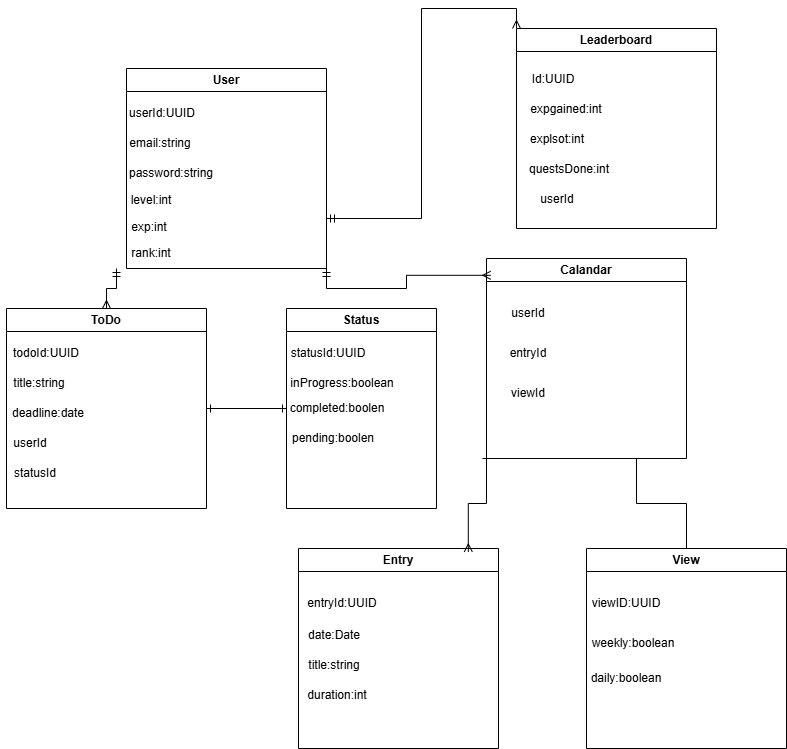
2425-3BHIF-WMC-SYP/LifeQuest keeps this draw.io diagram as images/LifeQuest_Erd.png. Above is the earlier version. Source tidied: cells renumbered, new cells last; positions are measured from the earlier drawing's top-left corner, leaving out a move shared by most shapes. The source it was exported from:
```xml
<mxGraphModel background="#ffffff">
  <root>
    <mxCell id="0" />
    <mxCell id="1" parent="0" />
    <mxCell id="2" value="User" style="swimlane;whiteSpace=wrap;html=1;" parent="1" vertex="1">
      <mxGeometry x="126" y="40" width="200" height="200" as="geometry" />
    </mxCell>
    <mxCell id="3" value="userId:UUID" style="text;html=1;align=center;verticalAlign=middle;whiteSpace=wrap;rounded=0;" parent="2" vertex="1">
      <mxGeometry x="6" y="30" width="60" height="30" as="geometry" />
    </mxCell>
    <mxCell id="4" value="email:string" style="text;html=1;align=center;verticalAlign=middle;whiteSpace=wrap;rounded=0;" parent="2" vertex="1">
      <mxGeometry x="4" y="60" width="60" height="30" as="geometry" />
    </mxCell>
    <mxCell id="5" value="password:string" style="text;html=1;align=center;verticalAlign=middle;whiteSpace=wrap;rounded=0;" parent="2" vertex="1">
      <mxGeometry x="10" y="90" width="70" height="30" as="geometry" />
    </mxCell>
    <mxCell id="6" value="level:int" style="text;html=1;align=center;verticalAlign=middle;whiteSpace=wrap;rounded=0;" parent="2" vertex="1">
      <mxGeometry x="-10" y="117" width="70" height="30" as="geometry" />
    </mxCell>
    <mxCell id="7" value="exp:int" style="text;html=1;align=center;verticalAlign=middle;whiteSpace=wrap;rounded=0;" parent="2" vertex="1">
      <mxGeometry x="-12" y="144" width="70" height="30" as="geometry" />
    </mxCell>
    <mxCell id="8" value="rank:int" style="text;html=1;align=center;verticalAlign=middle;whiteSpace=wrap;rounded=0;" parent="2" vertex="1">
      <mxGeometry x="-10" y="170" width="70" height="30" as="geometry" />
    </mxCell>
    <mxCell id="9" style="edgeStyle=orthogonalEdgeStyle;rounded=0;jettySize=auto;html=1;endArrow=ERone;endFill=0;startArrow=ERone;startFill=0;" parent="1" edge="1" source="10" target="16">
      <mxGeometry relative="1" as="geometry" />
    </mxCell>
    <mxCell id="10" value="ToDo" style="swimlane;whiteSpace=wrap;html=1;" parent="1" vertex="1">
      <mxGeometry x="6" y="280" width="200" height="200" as="geometry" />
    </mxCell>
    <mxCell id="11" value="todoId:UUID" style="text;html=1;align=center;verticalAlign=middle;whiteSpace=wrap;rounded=0;" parent="10" vertex="1">
      <mxGeometry x="10" y="30" width="60" height="30" as="geometry" />
    </mxCell>
    <mxCell id="12" value="title:string" style="text;html=1;align=center;verticalAlign=middle;whiteSpace=wrap;rounded=0;" parent="10" vertex="1">
      <mxGeometry x="3" y="60" width="60" height="30" as="geometry" />
    </mxCell>
    <mxCell id="13" value="statusId" style="text;html=1;align=center;verticalAlign=middle;whiteSpace=wrap;rounded=0;" parent="10" vertex="1">
      <mxGeometry x="-1" y="150" width="60" height="30" as="geometry" />
    </mxCell>
    <mxCell id="14" value="deadline:date" style="text;html=1;align=center;verticalAlign=middle;whiteSpace=wrap;rounded=0;" parent="1" vertex="1">
      <mxGeometry x="18" y="370" width="60" height="30" as="geometry" />
    </mxCell>
    <mxCell id="15" value="userId" style="text;html=1;align=center;verticalAlign=middle;whiteSpace=wrap;rounded=0;" parent="1" vertex="1">
      <mxGeometry y="400" width="60" height="30" as="geometry" />
    </mxCell>
    <mxCell id="16" value="Status" style="swimlane;whiteSpace=wrap;html=1;" parent="1" vertex="1">
      <mxGeometry x="286" y="280" width="150" height="200" as="geometry" />
    </mxCell>
    <mxCell id="17" value="statusId:UUID" style="text;html=1;align=center;verticalAlign=middle;whiteSpace=wrap;rounded=0;" parent="16" vertex="1">
      <mxGeometry x="12" y="30" width="60" height="30" as="geometry" />
    </mxCell>
    <mxCell id="18" value="i&lt;span style=&quot;background-color: transparent; color: light-dark(rgb(0, 0, 0), rgb(255, 255, 255));&quot;&gt;nProgress:boolean&lt;/span&gt;" style="text;html=1;align=center;verticalAlign=middle;whiteSpace=wrap;rounded=0;" parent="16" vertex="1">
      <mxGeometry x="26" y="60" width="60" height="30" as="geometry" />
    </mxCell>
    <mxCell id="19" value="completed:boolen" style="text;html=1;align=center;verticalAlign=middle;whiteSpace=wrap;rounded=0;" parent="16" vertex="1">
      <mxGeometry x="21" y="85" width="60" height="30" as="geometry" />
    </mxCell>
    <mxCell id="20" value="pending:boolen" style="text;html=1;align=center;verticalAlign=middle;whiteSpace=wrap;rounded=0;" parent="16" vertex="1">
      <mxGeometry x="17" y="115" width="60" height="30" as="geometry" />
    </mxCell>
    <mxCell id="21" style="edgeStyle=orthogonalEdgeStyle;rounded=0;jettySize=auto;html=1;exitX=0;exitY=0;exitDx=0;exitDy=0;entryX=1;entryY=0.75;entryDx=0;entryDy=0;startArrow=ERmany;startFill=0;endArrow=ERmandOne;endFill=0;" parent="1" edge="1" source="22" target="2">
      <mxGeometry relative="1" as="geometry" />
    </mxCell>
    <mxCell id="22" value="Leaderboard" style="swimlane;whiteSpace=wrap;html=1;" parent="1" vertex="1">
      <mxGeometry x="516" width="200" height="200" as="geometry" />
    </mxCell>
    <mxCell id="23" value="Id:UUID" style="text;html=1;align=center;verticalAlign=middle;whiteSpace=wrap;rounded=0;" parent="22" vertex="1">
      <mxGeometry x="7" y="36" width="60" height="30" as="geometry" />
    </mxCell>
    <mxCell id="24" value="expgained:int" style="text;html=1;align=center;verticalAlign=middle;whiteSpace=wrap;rounded=0;" parent="22" vertex="1">
      <mxGeometry x="20" y="66" width="60" height="30" as="geometry" />
    </mxCell>
    <mxCell id="25" value="explsot:int" style="text;html=1;align=center;verticalAlign=middle;whiteSpace=wrap;rounded=0;" parent="22" vertex="1">
      <mxGeometry x="11" y="96" width="60" height="30" as="geometry" />
    </mxCell>
    <mxCell id="26" value="questsDone:int" style="text;html=1;align=center;verticalAlign=middle;whiteSpace=wrap;rounded=0;" parent="22" vertex="1">
      <mxGeometry x="23" y="126" width="60" height="30" as="geometry" />
    </mxCell>
    <mxCell id="27" value="userId" style="text;html=1;align=center;verticalAlign=middle;whiteSpace=wrap;rounded=0;" parent="22" vertex="1">
      <mxGeometry x="11" y="156" width="60" height="30" as="geometry" />
    </mxCell>
    <mxCell id="28" style="edgeStyle=orthogonalEdgeStyle;rounded=0;jettySize=auto;html=1;exitX=0;exitY=1;exitDx=0;exitDy=0;entryX=0.5;entryY=0;entryDx=0;entryDy=0;startArrow=ERmandOne;startFill=0;endArrow=ERmany;endFill=0;" parent="1" edge="1" source="8" target="10">
      <mxGeometry relative="1" as="geometry" />
    </mxCell>
    <mxCell id="29" style="edgeStyle=orthogonalEdgeStyle;rounded=0;jettySize=auto;html=1;exitX=0.75;exitY=1;exitDx=0;exitDy=0;startArrow=baseDash;startFill=0;endArrow=baseDash;endFill=0;" parent="1" edge="1" source="30" target="39">
      <mxGeometry relative="1" as="geometry" />
    </mxCell>
    <mxCell id="30" value="Calandar" style="swimlane;whiteSpace=wrap;html=1;" parent="1" vertex="1">
      <mxGeometry x="486" y="230" width="200" height="200" as="geometry" />
    </mxCell>
    <mxCell id="31" value="userId" style="text;html=1;align=center;verticalAlign=middle;whiteSpace=wrap;rounded=0;" parent="30" vertex="1">
      <mxGeometry x="12" y="40" width="60" height="30" as="geometry" />
    </mxCell>
    <mxCell id="32" value="entryId" style="text;html=1;align=center;verticalAlign=middle;whiteSpace=wrap;rounded=0;" parent="30" vertex="1">
      <mxGeometry x="12" y="80" width="60" height="30" as="geometry" />
    </mxCell>
    <mxCell id="33" value="viewId" style="text;html=1;align=center;verticalAlign=middle;whiteSpace=wrap;rounded=0;" parent="30" vertex="1">
      <mxGeometry x="12" y="120" width="60" height="30" as="geometry" />
    </mxCell>
    <mxCell id="34" value="Entry" style="swimlane;whiteSpace=wrap;html=1;" parent="1" vertex="1">
      <mxGeometry x="298" y="520" width="200" height="200" as="geometry" />
    </mxCell>
    <mxCell id="35" value="entryId:UUID" style="text;html=1;align=center;verticalAlign=middle;whiteSpace=wrap;rounded=0;" parent="34" vertex="1">
      <mxGeometry x="14" y="40" width="60" height="30" as="geometry" />
    </mxCell>
    <mxCell id="36" value="date:Date" style="text;html=1;align=center;verticalAlign=middle;whiteSpace=wrap;rounded=0;" parent="34" vertex="1">
      <mxGeometry x="6" y="72" width="60" height="30" as="geometry" />
    </mxCell>
    <mxCell id="37" value="title:string" style="text;html=1;align=center;verticalAlign=middle;whiteSpace=wrap;rounded=0;" parent="34" vertex="1">
      <mxGeometry x="6" y="102" width="60" height="30" as="geometry" />
    </mxCell>
    <mxCell id="38" value="duration:int" style="text;html=1;align=center;verticalAlign=middle;whiteSpace=wrap;rounded=0;" parent="34" vertex="1">
      <mxGeometry x="9" y="132" width="60" height="30" as="geometry" />
    </mxCell>
    <mxCell id="39" value="View" style="swimlane;whiteSpace=wrap;html=1;" parent="1" vertex="1">
      <mxGeometry x="586" y="520" width="200" height="200" as="geometry" />
    </mxCell>
    <mxCell id="40" value="viewID:UUID" style="text;html=1;align=center;verticalAlign=middle;whiteSpace=wrap;rounded=0;" parent="39" vertex="1">
      <mxGeometry x="10" y="40" width="60" height="30" as="geometry" />
    </mxCell>
    <mxCell id="41" value="weekly:boolean" style="text;html=1;align=center;verticalAlign=middle;whiteSpace=wrap;rounded=0;" parent="39" vertex="1">
      <mxGeometry x="17" y="80" width="60" height="30" as="geometry" />
    </mxCell>
    <mxCell id="42" value="daily:boolean" style="text;html=1;align=center;verticalAlign=middle;whiteSpace=wrap;rounded=0;" parent="39" vertex="1">
      <mxGeometry x="10" y="115" width="60" height="30" as="geometry" />
    </mxCell>
    <mxCell id="43" style="edgeStyle=orthogonalEdgeStyle;rounded=0;jettySize=auto;html=1;exitX=1;exitY=1;exitDx=0;exitDy=0;entryX=0.021;entryY=0.084;entryDx=0;entryDy=0;entryPerimeter=0;endArrow=ERmany;endFill=0;startArrow=ERmandOne;startFill=0;" parent="1" edge="1" source="2" target="30">
      <mxGeometry relative="1" as="geometry" />
    </mxCell>
    <mxCell id="44" style="edgeStyle=orthogonalEdgeStyle;rounded=0;jettySize=auto;html=1;exitX=0;exitY=1;exitDx=0;exitDy=0;entryX=0.849;entryY=0.017;entryDx=0;entryDy=0;entryPerimeter=0;startArrow=baseDash;startFill=0;endArrow=ERmany;endFill=0;" parent="1" edge="1" source="30" target="34">
      <mxGeometry relative="1" as="geometry" />
    </mxCell>
  </root>
</mxGraphModel>
```
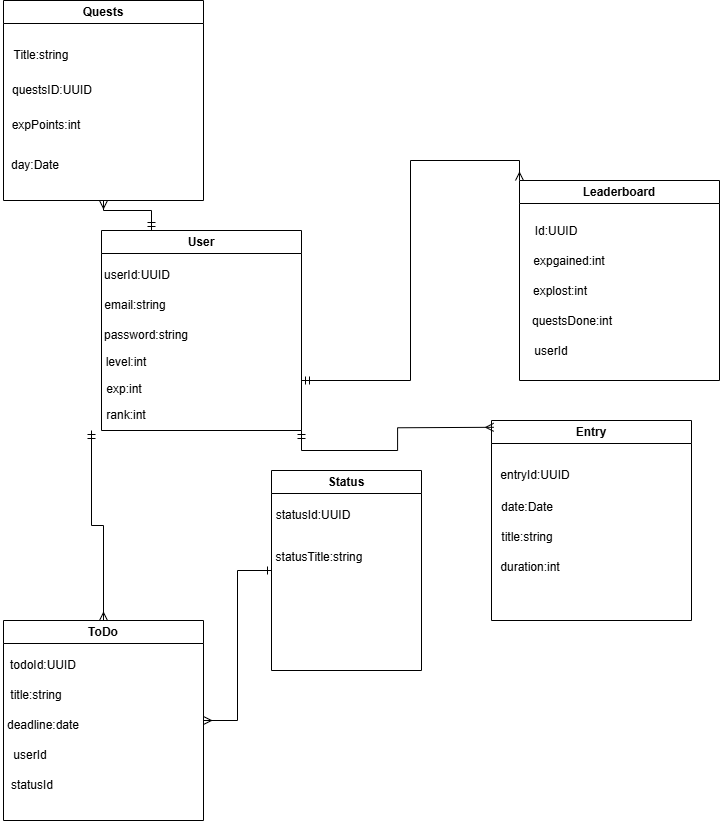
The same file after the commit.

Diff of the diagram source:
```diff
@@ -2,8 +2,11 @@
   <root>
     <mxCell id="0" />
     <mxCell id="1" parent="0" />
+    <mxCell id="45" style="edgeStyle=orthogonalEdgeStyle;rounded=0;jettySize=auto;html=1;exitX=0.25;exitY=0;exitDx=0;exitDy=0;entryX=0.5;entryY=1;entryDx=0;entryDy=0;endArrow=ERmany;endFill=0;startArrow=ERmandOne;startFill=0;" parent="1" edge="1" source="2" target="47">
+      <mxGeometry relative="1" as="geometry" />
+    </mxCell>
     <mxCell id="2" value="User" style="swimlane;whiteSpace=wrap;html=1;" parent="1" vertex="1">
-      <mxGeometry x="126" y="40" width="200" height="200" as="geometry" />
+      <mxGeometry x="126" y="130" width="200" height="200" as="geometry" />
     </mxCell>
     <mxCell id="3" value="userId:UUID" style="text;html=1;align=center;verticalAlign=middle;whiteSpace=wrap;rounded=0;" parent="2" vertex="1">
       <mxGeometry x="6" y="30" width="60" height="30" as="geometry" />
@@ -23,11 +26,11 @@
     <mxCell id="8" value="rank:int" style="text;html=1;align=center;verticalAlign=middle;whiteSpace=wrap;rounded=0;" parent="2" vertex="1">
       <mxGeometry x="-10" y="170" width="70" height="30" as="geometry" />
     </mxCell>
-    <mxCell id="9" style="edgeStyle=orthogonalEdgeStyle;rounded=0;jettySize=auto;html=1;endArrow=ERone;endFill=0;startArrow=ERone;startFill=0;" parent="1" edge="1" source="10" target="16">
+    <mxCell id="9" style="edgeStyle=orthogonalEdgeStyle;rounded=0;jettySize=auto;html=1;endArrow=ERone;endFill=0;startArrow=ERmany;startFill=0;" parent="1" edge="1" source="10" target="16">
       <mxGeometry relative="1" as="geometry" />
     </mxCell>
     <mxCell id="10" value="ToDo" style="swimlane;whiteSpace=wrap;html=1;" parent="1" vertex="1">
-      <mxGeometry x="6" y="280" width="200" height="200" as="geometry" />
+      <mxGeometry x="28" y="520" width="200" height="200" as="geometry" />
     </mxCell>
     <mxCell id="11" value="todoId:UUID" style="text;html=1;align=center;verticalAlign=middle;whiteSpace=wrap;rounded=0;" parent="10" vertex="1">
       <mxGeometry x="10" y="30" width="60" height="30" as="geometry" />
@@ -38,32 +41,26 @@
     <mxCell id="13" value="statusId" style="text;html=1;align=center;verticalAlign=middle;whiteSpace=wrap;rounded=0;" parent="10" vertex="1">
       <mxGeometry x="-1" y="150" width="60" height="30" as="geometry" />
     </mxCell>
-    <mxCell id="14" value="deadline:date" style="text;html=1;align=center;verticalAlign=middle;whiteSpace=wrap;rounded=0;" parent="1" vertex="1">
-      <mxGeometry x="18" y="370" width="60" height="30" as="geometry" />
+    <mxCell id="14" value="deadline:date" style="text;html=1;align=center;verticalAlign=middle;whiteSpace=wrap;rounded=0;" parent="10" vertex="1">
+      <mxGeometry x="10" y="90" width="60" height="30" as="geometry" />
     </mxCell>
-    <mxCell id="15" value="userId" style="text;html=1;align=center;verticalAlign=middle;whiteSpace=wrap;rounded=0;" parent="1" vertex="1">
-      <mxGeometry y="400" width="60" height="30" as="geometry" />
+    <mxCell id="15" value="userId" style="text;html=1;align=center;verticalAlign=middle;whiteSpace=wrap;rounded=0;" parent="10" vertex="1">
+      <mxGeometry x="-3" y="120" width="60" height="30" as="geometry" />
     </mxCell>
     <mxCell id="16" value="Status" style="swimlane;whiteSpace=wrap;html=1;" parent="1" vertex="1">
-      <mxGeometry x="286" y="280" width="150" height="200" as="geometry" />
+      <mxGeometry x="296" y="370" width="150" height="200" as="geometry" />
     </mxCell>
     <mxCell id="17" value="statusId:UUID" style="text;html=1;align=center;verticalAlign=middle;whiteSpace=wrap;rounded=0;" parent="16" vertex="1">
       <mxGeometry x="12" y="30" width="60" height="30" as="geometry" />
     </mxCell>
-    <mxCell id="18" value="i&lt;span style=&quot;background-color: transparent; color: light-dark(rgb(0, 0, 0), rgb(255, 255, 255));&quot;&gt;nProgress:boolean&lt;/span&gt;" style="text;html=1;align=center;verticalAlign=middle;whiteSpace=wrap;rounded=0;" parent="16" vertex="1">
-      <mxGeometry x="26" y="60" width="60" height="30" as="geometry" />
-    </mxCell>
-    <mxCell id="19" value="completed:boolen" style="text;html=1;align=center;verticalAlign=middle;whiteSpace=wrap;rounded=0;" parent="16" vertex="1">
-      <mxGeometry x="21" y="85" width="60" height="30" as="geometry" />
-    </mxCell>
-    <mxCell id="20" value="pending:boolen" style="text;html=1;align=center;verticalAlign=middle;whiteSpace=wrap;rounded=0;" parent="16" vertex="1">
-      <mxGeometry x="17" y="115" width="60" height="30" as="geometry" />
-    </mxCell>
+    <mxCell id="46" value="statusTitle:string" style="text;html=1;align=center;verticalAlign=middle;whiteSpace=wrap;rounded=0;" parent="16" vertex="1">
+      <mxGeometry x="18" y="72" width="60" height="30" as="geometry" />
+    </mxCell>
     <mxCell id="21" style="edgeStyle=orthogonalEdgeStyle;rounded=0;jettySize=auto;html=1;exitX=0;exitY=0;exitDx=0;exitDy=0;entryX=1;entryY=0.75;entryDx=0;entryDy=0;startArrow=ERmany;startFill=0;endArrow=ERmandOne;endFill=0;" parent="1" edge="1" source="22" target="2">
       <mxGeometry relative="1" as="geometry" />
     </mxCell>
     <mxCell id="22" value="Leaderboard" style="swimlane;whiteSpace=wrap;html=1;" parent="1" vertex="1">
-      <mxGeometry x="516" width="200" height="200" as="geometry" />
+      <mxGeometry x="544" y="80" width="200" height="200" as="geometry" />
     </mxCell>
     <mxCell id="23" value="Id:UUID" style="text;html=1;align=center;verticalAlign=middle;whiteSpace=wrap;rounded=0;" parent="22" vertex="1">
       <mxGeometry x="7" y="36" width="60" height="30" as="geometry" />
@@ -71,35 +68,20 @@
     <mxCell id="24" value="expgained:int" style="text;html=1;align=center;verticalAlign=middle;whiteSpace=wrap;rounded=0;" parent="22" vertex="1">
       <mxGeometry x="20" y="66" width="60" height="30" as="geometry" />
     </mxCell>
-    <mxCell id="25" value="explsot:int" style="text;html=1;align=center;verticalAlign=middle;whiteSpace=wrap;rounded=0;" parent="22" vertex="1">
+    <mxCell id="25" value="explost:int" style="text;html=1;align=center;verticalAlign=middle;whiteSpace=wrap;rounded=0;" parent="22" vertex="1">
       <mxGeometry x="11" y="96" width="60" height="30" as="geometry" />
     </mxCell>
     <mxCell id="26" value="questsDone:int" style="text;html=1;align=center;verticalAlign=middle;whiteSpace=wrap;rounded=0;" parent="22" vertex="1">
       <mxGeometry x="23" y="126" width="60" height="30" as="geometry" />
     </mxCell>
     <mxCell id="27" value="userId" style="text;html=1;align=center;verticalAlign=middle;whiteSpace=wrap;rounded=0;" parent="22" vertex="1">
-      <mxGeometry x="11" y="156" width="60" height="30" as="geometry" />
+      <mxGeometry x="2" y="156" width="60" height="30" as="geometry" />
     </mxCell>
     <mxCell id="28" style="edgeStyle=orthogonalEdgeStyle;rounded=0;jettySize=auto;html=1;exitX=0;exitY=1;exitDx=0;exitDy=0;entryX=0.5;entryY=0;entryDx=0;entryDy=0;startArrow=ERmandOne;startFill=0;endArrow=ERmany;endFill=0;" parent="1" edge="1" source="8" target="10">
       <mxGeometry relative="1" as="geometry" />
     </mxCell>
-    <mxCell id="29" style="edgeStyle=orthogonalEdgeStyle;rounded=0;jettySize=auto;html=1;exitX=0.75;exitY=1;exitDx=0;exitDy=0;startArrow=baseDash;startFill=0;endArrow=baseDash;endFill=0;" parent="1" edge="1" source="30" target="39">
-      <mxGeometry relative="1" as="geometry" />
-    </mxCell>
-    <mxCell id="30" value="Calandar" style="swimlane;whiteSpace=wrap;html=1;" parent="1" vertex="1">
-      <mxGeometry x="486" y="230" width="200" height="200" as="geometry" />
-    </mxCell>
-    <mxCell id="31" value="userId" style="text;html=1;align=center;verticalAlign=middle;whiteSpace=wrap;rounded=0;" parent="30" vertex="1">
-      <mxGeometry x="12" y="40" width="60" height="30" as="geometry" />
-    </mxCell>
-    <mxCell id="32" value="entryId" style="text;html=1;align=center;verticalAlign=middle;whiteSpace=wrap;rounded=0;" parent="30" vertex="1">
-      <mxGeometry x="12" y="80" width="60" height="30" as="geometry" />
-    </mxCell>
-    <mxCell id="33" value="viewId" style="text;html=1;align=center;verticalAlign=middle;whiteSpace=wrap;rounded=0;" parent="30" vertex="1">
-      <mxGeometry x="12" y="120" width="60" height="30" as="geometry" />
-    </mxCell>
     <mxCell id="34" value="Entry" style="swimlane;whiteSpace=wrap;html=1;" parent="1" vertex="1">
-      <mxGeometry x="298" y="520" width="200" height="200" as="geometry" />
+      <mxGeometry x="516" y="320" width="200" height="200" as="geometry" />
     </mxCell>
     <mxCell id="35" value="entryId:UUID" style="text;html=1;align=center;verticalAlign=middle;whiteSpace=wrap;rounded=0;" parent="34" vertex="1">
       <mxGeometry x="14" y="40" width="60" height="30" as="geometry" />
@@ -113,23 +95,25 @@
     <mxCell id="38" value="duration:int" style="text;html=1;align=center;verticalAlign=middle;whiteSpace=wrap;rounded=0;" parent="34" vertex="1">
       <mxGeometry x="9" y="132" width="60" height="30" as="geometry" />
     </mxCell>
-    <mxCell id="39" value="View" style="swimlane;whiteSpace=wrap;html=1;" parent="1" vertex="1">
-      <mxGeometry x="586" y="520" width="200" height="200" as="geometry" />
-    </mxCell>
-    <mxCell id="40" value="viewID:UUID" style="text;html=1;align=center;verticalAlign=middle;whiteSpace=wrap;rounded=0;" parent="39" vertex="1">
-      <mxGeometry x="10" y="40" width="60" height="30" as="geometry" />
-    </mxCell>
-    <mxCell id="41" value="weekly:boolean" style="text;html=1;align=center;verticalAlign=middle;whiteSpace=wrap;rounded=0;" parent="39" vertex="1">
-      <mxGeometry x="17" y="80" width="60" height="30" as="geometry" />
-    </mxCell>
-    <mxCell id="42" value="daily:boolean" style="text;html=1;align=center;verticalAlign=middle;whiteSpace=wrap;rounded=0;" parent="39" vertex="1">
-      <mxGeometry x="10" y="115" width="60" height="30" as="geometry" />
-    </mxCell>
-    <mxCell id="43" style="edgeStyle=orthogonalEdgeStyle;rounded=0;jettySize=auto;html=1;exitX=1;exitY=1;exitDx=0;exitDy=0;entryX=0.021;entryY=0.084;entryDx=0;entryDy=0;entryPerimeter=0;endArrow=ERmany;endFill=0;startArrow=ERmandOne;startFill=0;" parent="1" edge="1" source="2" target="30">
-      <mxGeometry relative="1" as="geometry" />
+    <mxCell id="43" style="edgeStyle=orthogonalEdgeStyle;rounded=0;jettySize=auto;html=1;exitX=1;exitY=1;exitDx=0;exitDy=0;entryX=0.021;entryY=0.084;entryDx=0;entryDy=0;entryPerimeter=0;endArrow=ERmany;endFill=0;startArrow=ERmandOne;startFill=0;" parent="1" edge="1" source="2">
+      <mxGeometry relative="1" as="geometry">
+        <mxPoint x="518.2" y="326.8" as="targetPoint" />
+      </mxGeometry>
     </mxCell>
-    <mxCell id="44" style="edgeStyle=orthogonalEdgeStyle;rounded=0;jettySize=auto;html=1;exitX=0;exitY=1;exitDx=0;exitDy=0;entryX=0.849;entryY=0.017;entryDx=0;entryDy=0;entryPerimeter=0;startArrow=baseDash;startFill=0;endArrow=ERmany;endFill=0;" parent="1" edge="1" source="30" target="34">
-      <mxGeometry relative="1" as="geometry" />
-    </mxCell>
+    <mxCell id="47" value="Quests" style="swimlane;whiteSpace=wrap;html=1;" parent="1" vertex="1">
+      <mxGeometry x="28" y="-100" width="200" height="200" as="geometry" />
+    </mxCell>
+    <mxCell id="48" value="Title:string" style="text;html=1;align=center;verticalAlign=middle;whiteSpace=wrap;rounded=0;" parent="47" vertex="1">
+      <mxGeometry x="8" y="40" width="60" height="30" as="geometry" />
+    </mxCell>
+    <mxCell id="49" value="questsID:UUID" style="text;html=1;align=center;verticalAlign=middle;whiteSpace=wrap;rounded=0;" parent="47" vertex="1">
+      <mxGeometry x="19" y="75" width="60" height="30" as="geometry" />
+    </mxCell>
+    <mxCell id="50" value="expPoints:int" style="text;html=1;align=center;verticalAlign=middle;whiteSpace=wrap;rounded=0;" parent="47" vertex="1">
+      <mxGeometry x="13" y="110" width="60" height="30" as="geometry" />
+    </mxCell>
+    <mxCell id="51" value="day:Date" style="text;html=1;align=center;verticalAlign=middle;whiteSpace=wrap;rounded=0;" parent="47" vertex="1">
+      <mxGeometry x="2" y="150" width="60" height="30" as="geometry" />
+    </mxCell>
   </root>
 </mxGraphModel>
```
